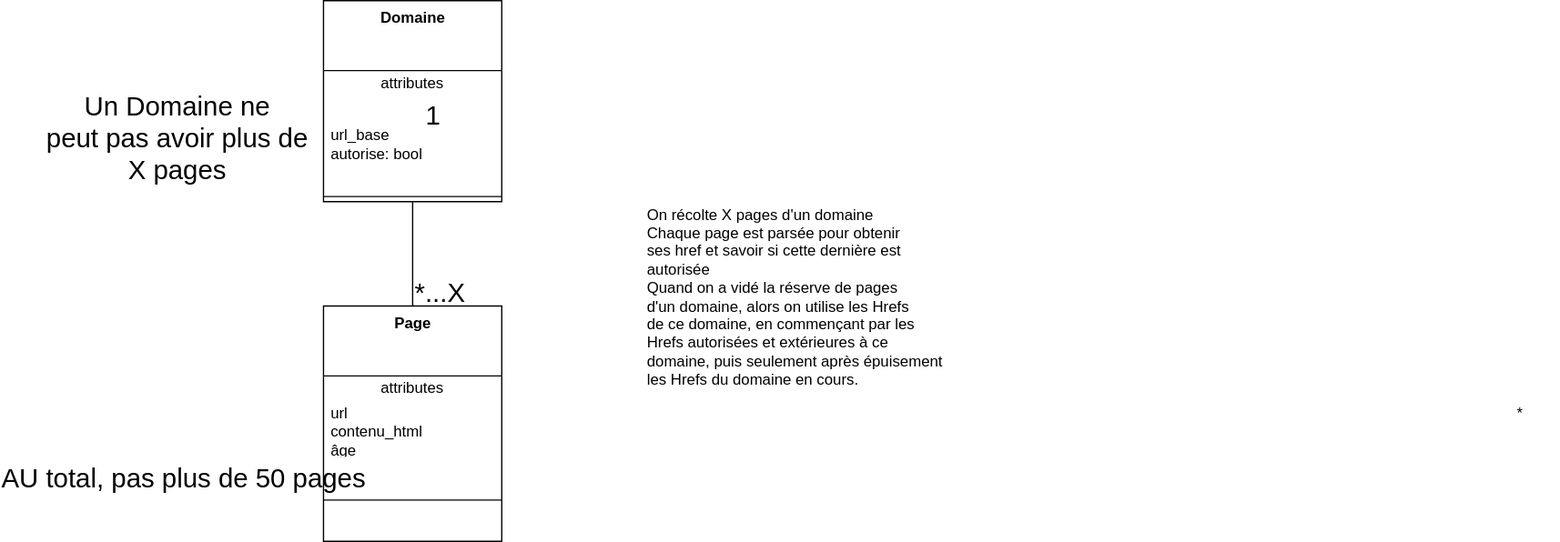
WolfPackStatMathieu/indexation_web keeps this draw.io diagram as TP1/doc/diagramme_de_classes.drawio.svg. Above is the earlier version. Source tidied: cells renumbered, new cells last; positions are measured from the earlier drawing's top-left corner, leaving out a move shared by most shapes.
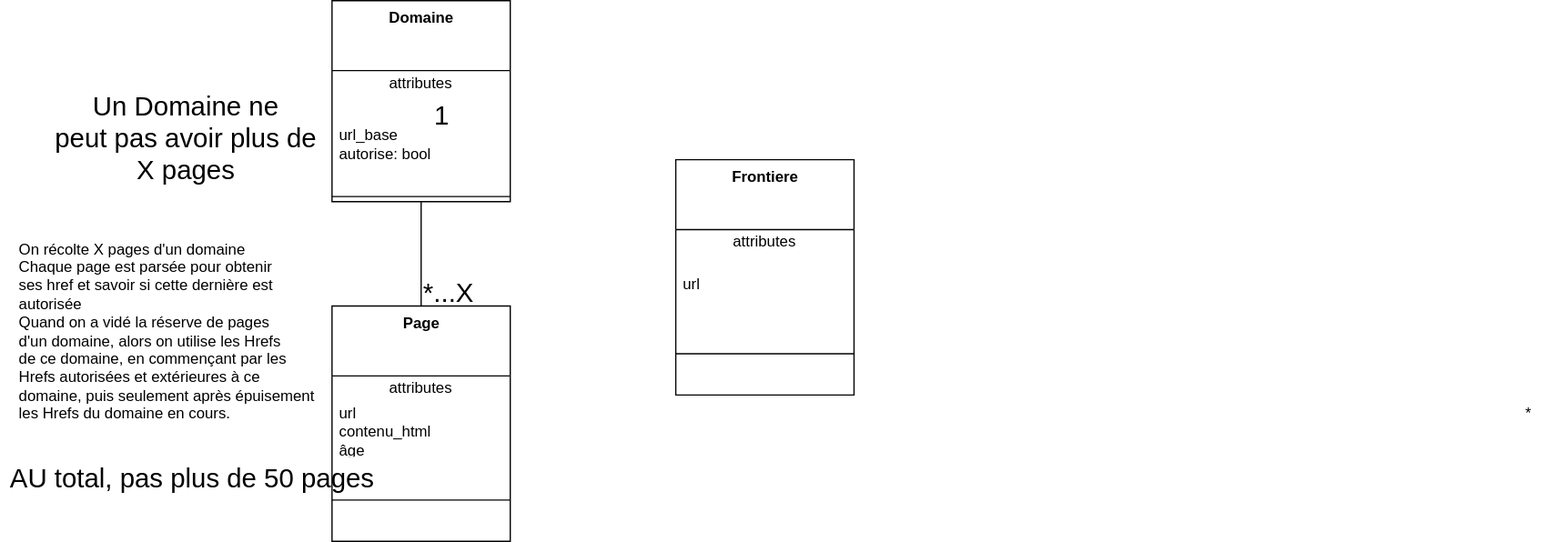
The same file after the commit.

Commit message:
ajout classe Frontiere

Change to the diagram source:
```diff
@@ -44,7 +44,19 @@
       <mxGeometry y="63" width="230" height="90" as="geometry" />
     </mxCell>
     <mxCell id="15" value="&lt;div style=&quot;text-align: justify; font-size: 12px;&quot;&gt;&lt;span style=&quot;font-size: 12px; background-color: initial;&quot;&gt;On récolte X pages d'un domaine&lt;/span&gt;&lt;/div&gt;&lt;font style=&quot;font-size: 12px;&quot;&gt;&lt;div style=&quot;text-align: justify; font-size: 12px;&quot;&gt;&lt;span style=&quot;background-color: initial; font-size: 12px;&quot;&gt;Chaque page est parsée pour obtenir&lt;/span&gt;&lt;/div&gt;&lt;div style=&quot;text-align: justify; font-size: 12px;&quot;&gt;&lt;span style=&quot;background-color: initial; font-size: 12px;&quot;&gt;ses href et savoir si&amp;nbsp;&lt;/span&gt;&lt;span style=&quot;background-color: initial; font-size: 12px;&quot;&gt;cette dernière est&lt;/span&gt;&lt;/div&gt;&lt;div style=&quot;text-align: justify; font-size: 12px;&quot;&gt;&lt;span style=&quot;background-color: initial; font-size: 12px;&quot;&gt;&amp;nbsp;autorisée&lt;/span&gt;&lt;/div&gt;&lt;div style=&quot;text-align: justify; font-size: 12px;&quot;&gt;&lt;span style=&quot;background-color: initial; font-size: 12px;&quot;&gt;Quand on a vidé la réserve de pages&amp;nbsp;&lt;/span&gt;&lt;/div&gt;&lt;div style=&quot;text-align: justify; font-size: 12px;&quot;&gt;&lt;span style=&quot;background-color: initial; font-size: 12px;&quot;&gt;d'un domaine, alors on utilise les Hrefs&lt;/span&gt;&lt;/div&gt;&lt;div style=&quot;text-align: justify; font-size: 12px;&quot;&gt;&lt;span style=&quot;background-color: initial; font-size: 12px;&quot;&gt;de ce domaine, en commençant par les&lt;/span&gt;&lt;/div&gt;&lt;div style=&quot;text-align: justify; font-size: 12px;&quot;&gt;&lt;span style=&quot;background-color: initial; font-size: 12px;&quot;&gt;Hrefs autorisées et extérieures à ce&amp;nbsp;&lt;/span&gt;&lt;/div&gt;&lt;div style=&quot;text-align: justify; font-size: 12px;&quot;&gt;&lt;span style=&quot;background-color: initial; font-size: 12px;&quot;&gt;domaine, puis seulement après épuisement&lt;/span&gt;&lt;/div&gt;&lt;div style=&quot;text-align: justify; font-size: 12px;&quot;&gt;&lt;span style=&quot;background-color: initial; font-size: 12px;&quot;&gt;&amp;nbsp;les Hrefs&amp;nbsp;&lt;/span&gt;&lt;span style=&quot;background-color: initial; font-size: 12px;&quot;&gt;du domaine en cours.&lt;/span&gt;&lt;/div&gt;&lt;/font&gt;" style="text;html=1;align=center;verticalAlign=middle;strokeColor=none;fillColor=none;fontSize=12;" parent="1" vertex="1">
-      <mxGeometry x="470" y="153" width="260" height="160" as="geometry" />
+      <mxGeometry x="-30" y="180" width="260" height="160" as="geometry" />
     </mxCell>
+    <mxCell id="16" value="&lt;b&gt;Frontiere&lt;/b&gt;" style="swimlane;fontStyle=0;align=center;verticalAlign=top;horizontal=1;startSize=55;html=1;" parent="1" vertex="1">
+      <mxGeometry x="500" y="125" width="140" height="185" as="geometry" />
+    </mxCell>
+    <mxCell id="17" value="attributes" style="text;html=1;strokeColor=none;fillColor=none;align=center;verticalAlign=middle;spacingLeft=4;spacingRight=4;overflow=hidden;" parent="16" vertex="1">
+      <mxGeometry y="55" width="140" height="20" as="geometry" />
+    </mxCell>
+    <mxCell id="18" value="url" style="text;html=1;strokeColor=none;fillColor=none;align=left;verticalAlign=middle;spacingLeft=4;spacingRight=4;overflow=hidden;" parent="16" vertex="1">
+      <mxGeometry y="75" width="140" height="45" as="geometry" />
+    </mxCell>
+    <mxCell id="19" style="line;strokeWidth=1;fillColor=none;align=left;verticalAlign=middle;spacingTop=-1;spacingLeft=3;spacingRight=3;labelPosition=right;" parent="16" vertex="1">
+      <mxGeometry y="120" width="140" height="65" as="geometry" />
+    </mxCell>
   </root>
 </mxGraphModel>
```
